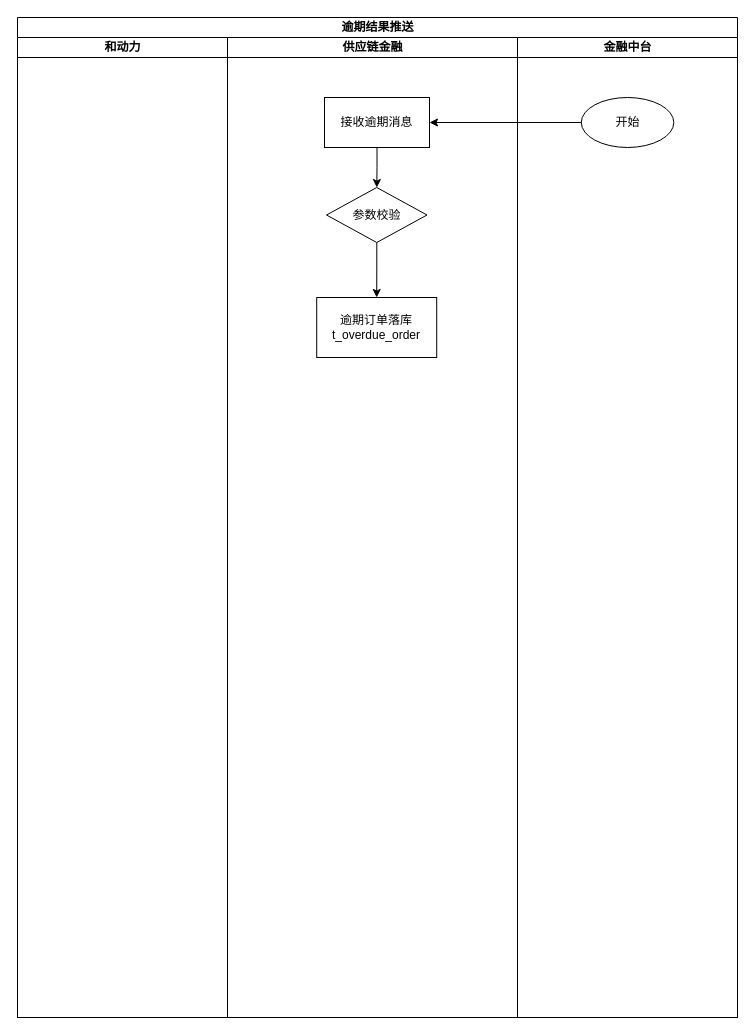
This is page "逾期结果接收" (7 of 7) of drawio/网商贷.drawio from hezhuma/image-repo, a draw.io file, before an edit. Source tidied: cells renumbered, new cells numbered last; positions are measured from the earlier drawing's top-left corner, leaving out a move shared by most shapes. Both pictures are drawn from the tidied source at 100%, with x=0, y=0 at pixel (17, 17).
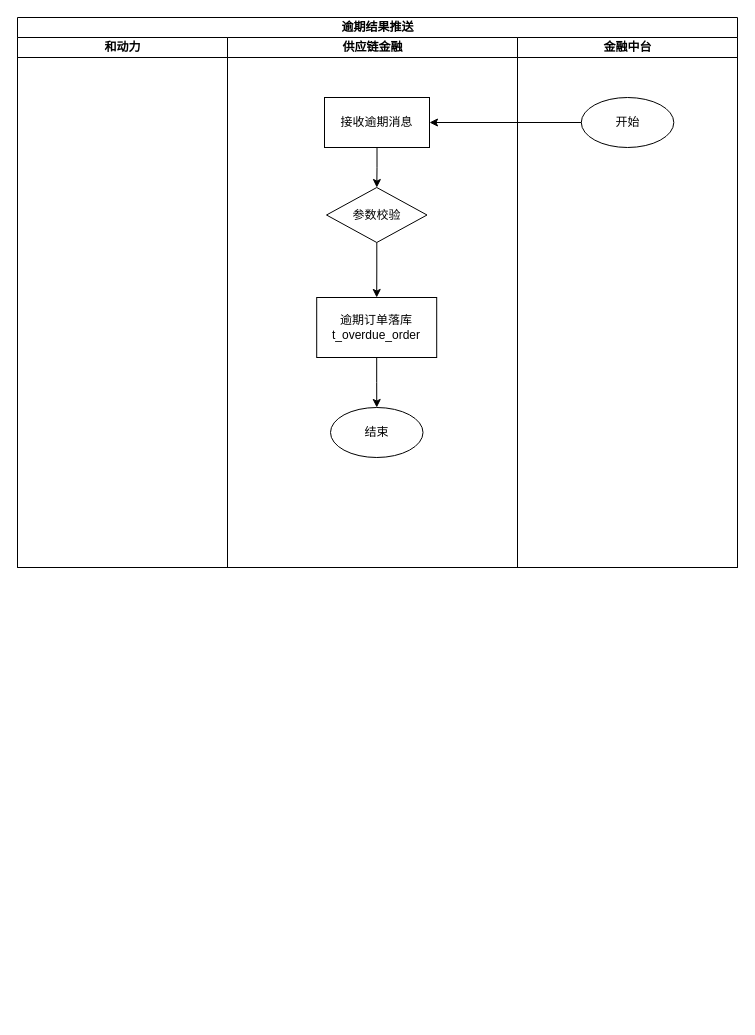
The same diagram, later.

Diff of the diagram source:
```diff
@@
 <mxGraphModel>
   <root>
     <mxCell id="0" />
     <mxCell id="1" parent="0" />
     <mxCell id="2" value="逾期结果推送" style="swimlane;html=1;startSize=20;" parent="1" vertex="1">
-      <mxGeometry width="720" height="1000" as="geometry" />
+      <mxGeometry width="720" height="550" as="geometry" />
     </mxCell>
     <mxCell id="3" value="和动力" style="swimlane;html=1;startSize=20;" parent="2" vertex="1">
-      <mxGeometry y="20" width="210" height="980" as="geometry" />
+      <mxGeometry y="20" width="210" height="530" as="geometry" />
     </mxCell>
     <mxCell id="4" value="供应链金融" style="swimlane;html=1;startSize=20;" parent="2" vertex="1">
-      <mxGeometry x="210" y="20" width="290" height="980" as="geometry" />
+      <mxGeometry x="210" y="20" width="290" height="530" as="geometry" />
     </mxCell>
     <mxCell id="5" style="edgeStyle=orthogonalEdgeStyle;rounded=0;jettySize=auto;html=1;" parent="4" edge="1" source="6" target="8">
       <mxGeometry relative="1" as="geometry" />
     </mxCell>
     <mxCell id="6" value="接收逾期消息" style="whiteSpace=wrap;html=1;" parent="4" vertex="1">
       <mxGeometry x="97" y="60" width="105" height="50" as="geometry" />
     </mxCell>
     <mxCell id="7" style="edgeStyle=orthogonalEdgeStyle;rounded=0;jettySize=auto;html=1;" parent="4" edge="1" source="8" target="9">
       <mxGeometry relative="1" as="geometry" />
     </mxCell>
     <mxCell id="8" value="参数校验" style="rhombus;whiteSpace=wrap;html=1;" parent="4" vertex="1">
       <mxGeometry x="99" y="150" width="100.5" height="55" as="geometry" />
     </mxCell>
+    <mxCell id="13" style="edgeStyle=orthogonalEdgeStyle;rounded=0;jettySize=auto;html=1;" parent="4" edge="1" source="9" target="14">
+      <mxGeometry relative="1" as="geometry" />
+    </mxCell>
     <mxCell id="9" value="逾期订单落库&lt;br&gt;t_overdue_order" style="whiteSpace=wrap;html=1;" parent="4" vertex="1">
       <mxGeometry x="89.2" y="260" width="120" height="60" as="geometry" />
     </mxCell>
+    <mxCell id="14" value="结束" style="ellipse;whiteSpace=wrap;html=1;" parent="4" vertex="1">
+      <mxGeometry x="103" y="370" width="92.5" height="50" as="geometry" />
+    </mxCell>
     <mxCell id="10" value="金融中台" style="swimlane;html=1;startSize=20;" parent="2" vertex="1">
-      <mxGeometry x="500" y="20" width="220" height="980" as="geometry" />
+      <mxGeometry x="500" y="20" width="220" height="530" as="geometry" />
     </mxCell>
     <mxCell id="11" value="开始" style="ellipse;whiteSpace=wrap;html=1;" parent="10" vertex="1">
       <mxGeometry x="63.8" y="60" width="92.5" height="50" as="geometry" />
     </mxCell>
     <mxCell id="12" style="edgeStyle=orthogonalEdgeStyle;rounded=0;jettySize=auto;html=1;" parent="2" edge="1" source="11" target="6">
       <mxGeometry relative="1" as="geometry" />
     </mxCell>
   </root>
 </mxGraphModel>
```
